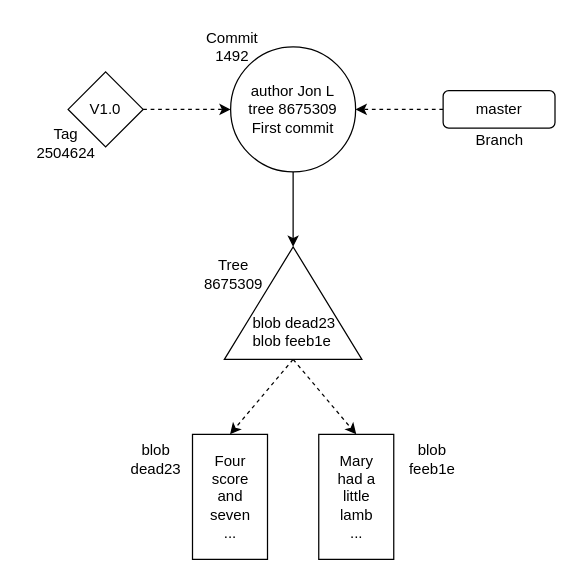
The draw.io diagram graphs/git_workflow.drawio in zhongchun/daily, before the edit. Source tidied: cells renumbered, new cells numbered last; positions are measured from the earlier drawing's top-left corner, leaving out a move shared by most shapes. Both pictures are drawn from the tidied source at 125%, with x=0, y=0 at pixel (21, 21).
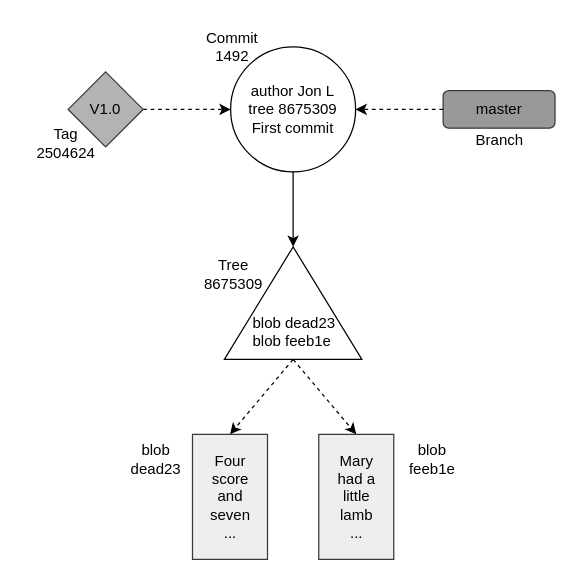
The same diagram, later.

The edit, as a diff of the source:
```diff
@@
 <mxGraphModel>
   <root>
     <mxCell id="0" />
     <mxCell id="1" parent="0" />
     <mxCell id="2" style="edgeStyle=orthogonalEdgeStyle;rounded=0;jettySize=auto;html=1;dashed=1;" parent="1" edge="1" source="3" target="6">
       <mxGeometry relative="1" as="geometry" />
     </mxCell>
-    <mxCell id="3" value="V1.0" style="rhombus;whiteSpace=wrap;html=1;" parent="1" vertex="1">
+    <mxCell id="3" value="V1.0" style="rhombus;whiteSpace=wrap;html=1;fillColor=#B3B3B3;strokeColor=#36393d;" parent="1" vertex="1">
       <mxGeometry x="37" y="40" width="60" height="60" as="geometry" />
     </mxCell>
     <mxCell id="4" value="Tag&lt;br&gt;2504624" style="text;html=1;align=center;verticalAlign=middle;strokeColor=none;fillColor=none;" parent="1" vertex="1">
       <mxGeometry y="77" width="70" height="40" as="geometry" />
     </mxCell>
     <mxCell id="5" style="edgeStyle=orthogonalEdgeStyle;rounded=0;jettySize=auto;html=1;" parent="1" edge="1" source="6" target="8">
       <mxGeometry relative="1" as="geometry" />
     </mxCell>
     <mxCell id="6" value="author Jon L&lt;br&gt;tree 8675309&lt;br&gt;First commit" style="ellipse;whiteSpace=wrap;html=1;" parent="1" vertex="1">
       <mxGeometry x="167" y="20" width="100" height="100" as="geometry" />
     </mxCell>
     <mxCell id="7" style="rounded=0;jettySize=auto;html=1;dashed=1;exitX=0;exitY=0.5;exitDx=0;exitDy=0;entryX=0.5;entryY=0;entryDx=0;entryDy=0;" parent="1" edge="1" source="8" target="12">
       <mxGeometry relative="1" as="geometry" />
     </mxCell>
     <mxCell id="8" style="triangle;whiteSpace=wrap;html=1;direction=north;" parent="1" vertex="1">
       <mxGeometry x="162" y="180" width="110" height="90" as="geometry" />
     </mxCell>
     <mxCell id="9" value="blob dead23&lt;br style=&quot;border-color: var(--border-color);&quot;&gt;&lt;span style=&quot;&quot;&gt;blob feeb1e&lt;/span&gt;" style="text;html=1;align=left;verticalAlign=middle;strokeColor=none;fillColor=none;" parent="1" vertex="1">
       <mxGeometry x="183" y="228" width="90" height="40" as="geometry" />
     </mxCell>
     <mxCell id="10" value="Tree&lt;br&gt;8675309" style="text;html=1;align=center;verticalAlign=middle;strokeColor=none;fillColor=none;" parent="1" vertex="1">
       <mxGeometry x="134" y="182" width="70" height="40" as="geometry" />
     </mxCell>
     <mxCell id="11" value="Commit&lt;br&gt;1492" style="text;html=1;align=center;verticalAlign=middle;strokeColor=none;fillColor=none;" parent="1" vertex="1">
       <mxGeometry x="138" width="60" height="40" as="geometry" />
     </mxCell>
-    <mxCell id="12" value="Four&lt;br&gt;score&lt;br&gt;and&lt;br&gt;seven&lt;br&gt;..." style="whiteSpace=wrap;html=1;" parent="1" vertex="1">
+    <mxCell id="12" value="Four&lt;br&gt;score&lt;br&gt;and&lt;br&gt;seven&lt;br&gt;..." style="whiteSpace=wrap;html=1;fillColor=#eeeeee;strokeColor=#36393d;" parent="1" vertex="1">
       <mxGeometry x="136.5" y="330" width="60" height="100" as="geometry" />
     </mxCell>
-    <mxCell id="13" value="Mary&lt;br&gt;had a&lt;br&gt;little&lt;br&gt;lamb&lt;br&gt;..." style="whiteSpace=wrap;html=1;" parent="1" vertex="1">
+    <mxCell id="13" value="Mary&lt;br&gt;had a&lt;br&gt;little&lt;br&gt;lamb&lt;br&gt;..." style="whiteSpace=wrap;html=1;fillColor=#eeeeee;strokeColor=#36393d;" parent="1" vertex="1">
       <mxGeometry x="237.5" y="330" width="60" height="100" as="geometry" />
     </mxCell>
     <mxCell id="14" style="rounded=0;jettySize=auto;html=1;dashed=1;entryX=0.5;entryY=0;entryDx=0;entryDy=0;exitX=0;exitY=0.5;exitDx=0;exitDy=0;" parent="1" edge="1" source="8" target="13">
       <mxGeometry relative="1" as="geometry" />
     </mxCell>
     <mxCell id="15" value="blob&lt;br&gt;dead23" style="text;html=1;align=center;verticalAlign=middle;strokeColor=none;fillColor=none;" parent="1" vertex="1">
       <mxGeometry x="76.5" y="330" width="60" height="40" as="geometry" />
     </mxCell>
     <mxCell id="16" value="blob&lt;br&gt;feeb1e" style="text;html=1;align=center;verticalAlign=middle;strokeColor=none;fillColor=none;" parent="1" vertex="1">
       <mxGeometry x="297.5" y="330" width="60" height="40" as="geometry" />
     </mxCell>
     <mxCell id="17" style="edgeStyle=orthogonalEdgeStyle;rounded=0;jettySize=auto;html=1;dashed=1;" parent="1" edge="1" source="18" target="6">
       <mxGeometry relative="1" as="geometry" />
     </mxCell>
-    <mxCell id="18" value="master" style="rounded=1;whiteSpace=wrap;html=1;" parent="1" vertex="1">
+    <mxCell id="18" value="master" style="rounded=1;whiteSpace=wrap;html=1;fillColor=#999999;strokeColor=#36393d;" parent="1" vertex="1">
       <mxGeometry x="337" y="55" width="89.5" height="30" as="geometry" />
     </mxCell>
     <mxCell id="19" value="Branch" style="text;html=1;align=center;verticalAlign=middle;strokeColor=none;fillColor=none;" parent="1" vertex="1">
       <mxGeometry x="351.8" y="80" width="60" height="30" as="geometry" />
     </mxCell>
   </root>
 </mxGraphModel>
```
